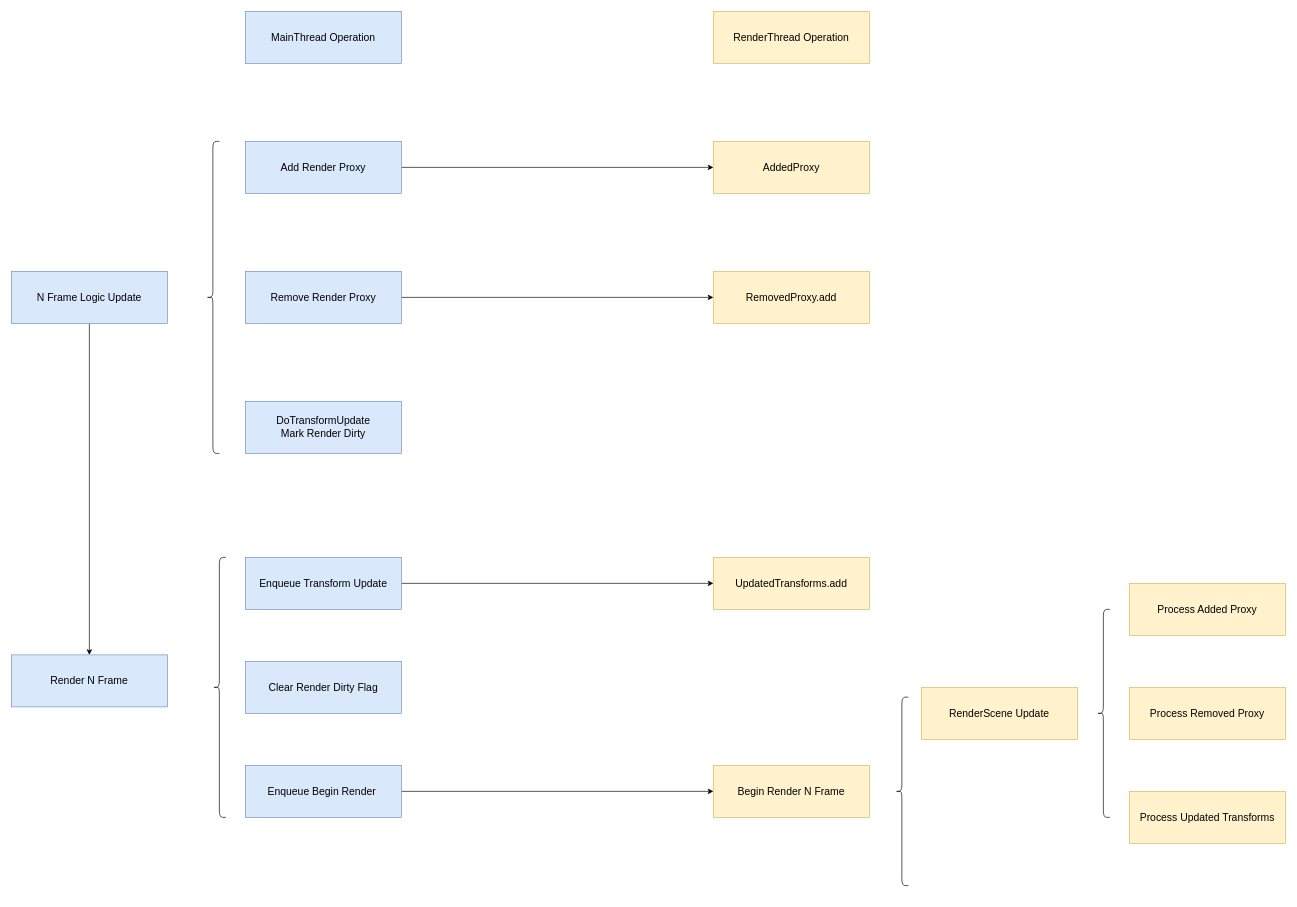
Before: page "GameObject Transform Update" (5 of 5) of Document/mikasa engine architecture.drawio in xiaoshichang/mikasa, a draw.io diagram. Source tidied: cells renumbered, new cells numbered last; positions are measured from the earlier drawing's top-left corner, leaving out a move shared by most shapes. Both pictures are drawn from the tidied source at 65%, with x=0, y=0 at pixel (11, 11).
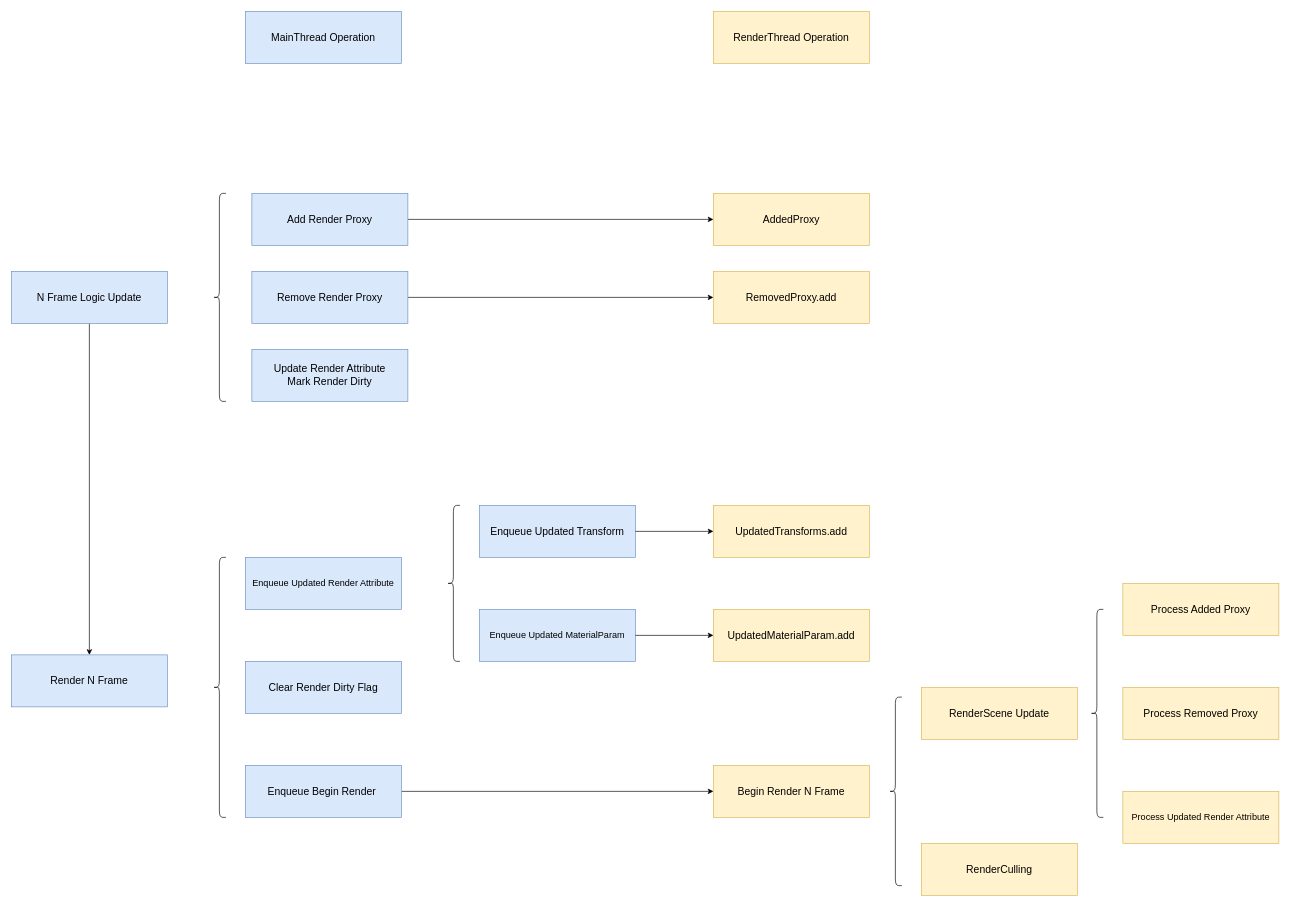
After the change.

Diff of the diagram source:
```diff
@@
-    <mxCell id="6" value="DoTransformUpdate&lt;div style=&quot;font-size: 16px;&quot;&gt;Mark Render Dirty&lt;br style=&quot;font-size: 16px;&quot;&gt;&lt;/div&gt;" style="rounded=0;whiteSpace=wrap;html=1;fillColor=#dae8fc;strokeColor=#6c8ebf;fontSize=16;" parent="1" vertex="1">
-      <mxGeometry x="360" y="600" width="240" height="80" as="geometry" />
+    <mxCell id="6" value="Update Render Attribute&lt;div style=&quot;font-size: 16px;&quot;&gt;Mark Render Dirty&lt;br style=&quot;font-size: 16px;&quot;&gt;&lt;/div&gt;" style="rounded=0;whiteSpace=wrap;html=1;fillColor=#dae8fc;strokeColor=#6c8ebf;fontSize=16;" parent="1" vertex="1">
+      <mxGeometry x="370" y="520" width="240" height="80" as="geometry" />
     </mxCell>
@@
-    <mxCell id="8" style="edgeStyle=orthogonalEdgeStyle;rounded=0;jettySize=auto;html=1;fontSize=16;" parent="1" edge="1" source="9" target="11">
-      <mxGeometry relative="1" as="geometry" />
-    </mxCell>
-    <mxCell id="9" value="Enqueue Transform Update" style="rounded=0;whiteSpace=wrap;html=1;fillColor=#dae8fc;strokeColor=#6c8ebf;fontSize=16;" parent="1" vertex="1">
+    <mxCell id="9" value="Enqueue Updated Render Attribute" style="rounded=0;whiteSpace=wrap;html=1;fillColor=#dae8fc;strokeColor=#6c8ebf;fontSize=14;" parent="1" vertex="1">
       <mxGeometry x="360" y="840" width="240" height="80" as="geometry" />
     </mxCell>
     <mxCell id="10" style="shape=curlyBracket;whiteSpace=wrap;html=1;rounded=1;labelPosition=left;verticalLabelPosition=middle;align=right;verticalAlign=middle;fontSize=16;" parent="1" vertex="1">
-      <mxGeometry x="300" y="200" width="20" height="480" as="geometry" />
+      <mxGeometry x="310" y="280" width="20" height="320" as="geometry" />
     </mxCell>
     <mxCell id="11" value="&lt;span style=&quot;text-align: left; font-size: 16px;&quot;&gt;UpdatedTransforms.add&lt;/span&gt;" style="rounded=0;whiteSpace=wrap;html=1;fillColor=#fff2cc;strokeColor=#d6b656;fontSize=16;" parent="1" vertex="1">
-      <mxGeometry x="1080" y="840" width="240" height="80" as="geometry" />
+      <mxGeometry x="1080" y="760" width="240" height="80" as="geometry" />
     </mxCell>
@@
     <mxCell id="13" style="shape=curlyBracket;whiteSpace=wrap;html=1;rounded=1;labelPosition=left;verticalLabelPosition=middle;align=right;verticalAlign=middle;fontSize=16;" parent="1" vertex="1">
-      <mxGeometry x="1360" y="1055" width="20" height="290" as="geometry" />
+      <mxGeometry x="1350" y="1055" width="20" height="290" as="geometry" />
     </mxCell>
@@
     <mxCell id="18" value="&lt;div style=&quot;font-size: 16px;&quot;&gt;Remove Render Proxy&lt;/div&gt;" style="rounded=0;whiteSpace=wrap;html=1;fillColor=#dae8fc;strokeColor=#6c8ebf;fontSize=16;" parent="1" vertex="1">
-      <mxGeometry x="360" y="400" width="240" height="80" as="geometry" />
+      <mxGeometry x="370" y="400" width="240" height="80" as="geometry" />
     </mxCell>
@@
     <mxCell id="20" value="&lt;div style=&quot;font-size: 16px;&quot;&gt;Add Render Proxy&lt;/div&gt;" style="rounded=0;whiteSpace=wrap;html=1;fillColor=#dae8fc;strokeColor=#6c8ebf;fontSize=16;" parent="1" vertex="1">
-      <mxGeometry x="360" y="200" width="240" height="80" as="geometry" />
+      <mxGeometry x="370" y="280" width="240" height="80" as="geometry" />
     </mxCell>
@@
     <mxCell id="22" value="&lt;span style=&quot;text-align: left; font-size: 16px;&quot;&gt;AddedProxy&lt;/span&gt;" style="rounded=0;whiteSpace=wrap;html=1;fillColor=#fff2cc;strokeColor=#d6b656;fontSize=16;" parent="1" vertex="1">
-      <mxGeometry x="1080" y="200" width="240" height="80" as="geometry" />
+      <mxGeometry x="1080" y="280" width="240" height="80" as="geometry" />
     </mxCell>
     <mxCell id="23" style="shape=curlyBracket;whiteSpace=wrap;html=1;rounded=1;labelPosition=left;verticalLabelPosition=middle;align=right;verticalAlign=middle;fontSize=16;" parent="1" vertex="1">
-      <mxGeometry x="1670" y="920" width="20" height="320" as="geometry" />
+      <mxGeometry x="1660" y="920" width="20" height="320" as="geometry" />
     </mxCell>
     <mxCell id="24" value="Process Added Proxy" style="rounded=0;whiteSpace=wrap;html=1;fillColor=#fff2cc;strokeColor=#d6b656;fontSize=16;" parent="1" vertex="1">
-      <mxGeometry x="1720" y="880" width="240" height="80" as="geometry" />
+      <mxGeometry x="1710" y="880" width="240" height="80" as="geometry" />
     </mxCell>
     <mxCell id="25" value="Process Removed Proxy" style="rounded=0;whiteSpace=wrap;html=1;fillColor=#fff2cc;strokeColor=#d6b656;fontSize=16;" parent="1" vertex="1">
-      <mxGeometry x="1720" y="1040" width="240" height="80" as="geometry" />
+      <mxGeometry x="1710" y="1040" width="240" height="80" as="geometry" />
     </mxCell>
-    <mxCell id="26" value="Process Updated Transforms" style="rounded=0;whiteSpace=wrap;html=1;fillColor=#fff2cc;strokeColor=#d6b656;fontSize=16;" parent="1" vertex="1">
-      <mxGeometry x="1720" y="1200" width="240" height="80" as="geometry" />
+    <mxCell id="26" value="Process Updated Render Attribute" style="rounded=0;whiteSpace=wrap;html=1;fillColor=#fff2cc;strokeColor=#d6b656;fontSize=14;" parent="1" vertex="1">
+      <mxGeometry x="1710" y="1200" width="240" height="80" as="geometry" />
     </mxCell>
@@
+    <mxCell id="29" value="Enqueue Updated Transform" style="rounded=0;whiteSpace=wrap;html=1;fillColor=#dae8fc;strokeColor=#6c8ebf;fontSize=16;" parent="1" vertex="1">
+      <mxGeometry x="720" y="760" width="240" height="80" as="geometry" />
+    </mxCell>
+    <mxCell id="30" value="Enqueue Updated MaterialParam" style="rounded=0;whiteSpace=wrap;html=1;fillColor=#dae8fc;strokeColor=#6c8ebf;fontSize=14;" parent="1" vertex="1">
+      <mxGeometry x="720" y="920" width="240" height="80" as="geometry" />
+    </mxCell>
+    <mxCell id="31" style="shape=curlyBracket;whiteSpace=wrap;html=1;rounded=1;labelPosition=left;verticalLabelPosition=middle;align=right;verticalAlign=middle;fontSize=16;" parent="1" vertex="1">
+      <mxGeometry x="670" y="760" width="20" height="240" as="geometry" />
+    </mxCell>
+    <mxCell id="32" value="&lt;span style=&quot;text-align: left; font-size: 16px;&quot;&gt;UpdatedMaterialParam.add&lt;/span&gt;" style="rounded=0;whiteSpace=wrap;html=1;fillColor=#fff2cc;strokeColor=#d6b656;fontSize=16;" parent="1" vertex="1">
+      <mxGeometry x="1080" y="920" width="240" height="80" as="geometry" />
+    </mxCell>
+    <mxCell id="33" style="edgeStyle=orthogonalEdgeStyle;rounded=0;jettySize=auto;html=1;fontSize=16;" parent="1" edge="1" source="29" target="11">
+      <mxGeometry relative="1" as="geometry" />
+    </mxCell>
+    <mxCell id="34" style="edgeStyle=orthogonalEdgeStyle;rounded=0;jettySize=auto;html=1;fontSize=16;" parent="1" edge="1" source="30" target="32">
+      <mxGeometry relative="1" as="geometry" />
+    </mxCell>
+    <mxCell id="35" value="RenderCulling" style="rounded=0;whiteSpace=wrap;html=1;fillColor=#fff2cc;strokeColor=#d6b656;fontSize=16;" parent="1" vertex="1">
+      <mxGeometry x="1400" y="1280" width="240" height="80" as="geometry" />
+    </mxCell>
```
